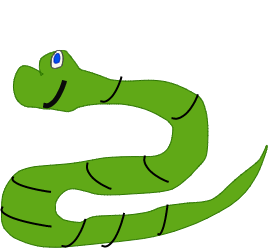
Before: Images/worms.png, a diagram exported from draw.io (gmcmurray/Gman-Portfolio). Source tidied: cells renumbered, new cells last; positions are measured from the earlier drawing's top-left corner, leaving out a move shared by most shapes.
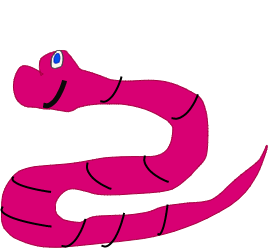
Later version of the same file.

Diff of the diagram source:
```diff
@@ -5,7 +5,7 @@
     <mxCell id="2" style="shape=(stored shape, 432 characters);strokeWidth=4;strokeColor=#000000;" parent="1" vertex="1">
       <mxGeometry x="38.9" y="0.2" width="185.6" height="100.2" as="geometry" />
     </mxCell>
-    <mxCell id="3" style="shape=(stored shape, 5024 characters);fillColor=#60a917;strokeColor=#2D7600;fontColor=#ffffff;" parent="1" vertex="1">
+    <mxCell id="3" style="shape=(stored shape, 5024 characters);fillColor=#d80073;strokeColor=#A50040;fontColor=#ffffff;" parent="1" vertex="1">
       <mxGeometry y="49" width="265.8" height="196.8" as="geometry" />
     </mxCell>
     <mxCell id="4" style="shape=(stored shape, 852 characters);fillColor=#f9f7ed;strokeColor=#36393d;" parent="1" vertex="1">
```
